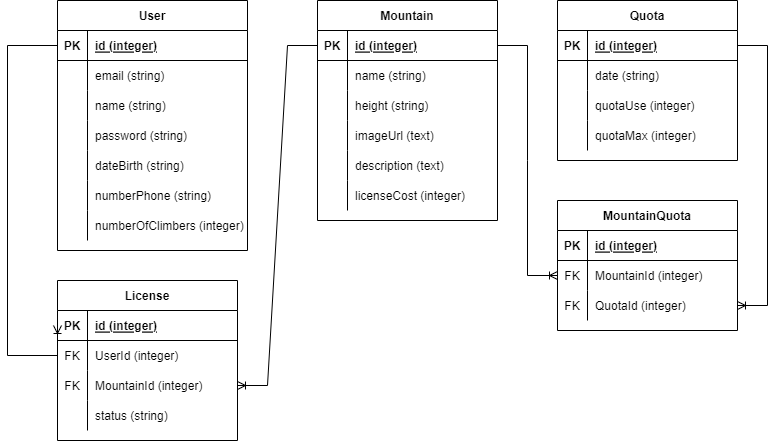
Earlier version of the draw.io export erd/ERD.png (rmt-24-xalapa-fox/p2-iproject-server). Source tidied: cells renumbered, new cells last; positions are measured from the earlier drawing's top-left corner, leaving out a move shared by most shapes.
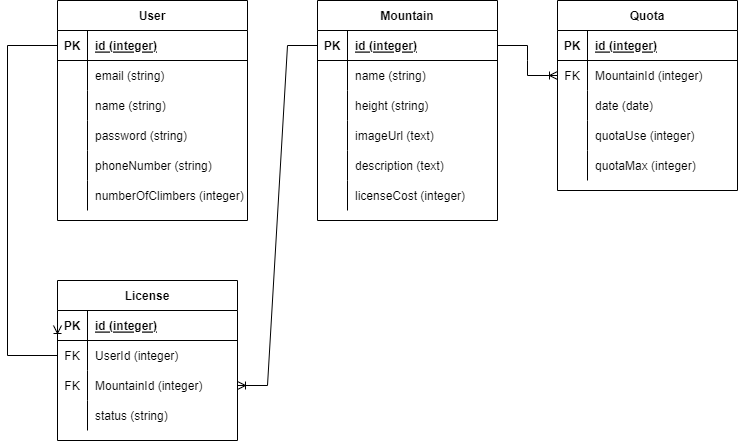
The same file after the commit.

Diff of the diagram source:
```diff
@@ -3,7 +3,7 @@
     <mxCell id="0" />
     <mxCell id="1" parent="0" />
     <mxCell id="2" value="User" style="shape=table;startSize=30;rowLines=0;fontStyle=1;align=center;" parent="1" vertex="1">
-      <mxGeometry x="50" width="190" height="250" as="geometry" />
+      <mxGeometry x="50" width="190" height="220" as="geometry" />
     </mxCell>
     <mxCell id="3" style="shape=tableRow;horizontal=0;startSize=0;swimlaneHead=0;swimlaneBody=0;fillColor=none;points=[[0,0.5],[1,0.5]];portConstraint=eastwest;top=0;left=0;right=0;bottom=1;" parent="2" vertex="1">
       <mxGeometry y="30" width="190" height="30" as="geometry" />
@@ -41,26 +41,17 @@
     <mxCell id="14" value="password (string)" style="shape=partialRectangle;fillColor=none;top=0;left=0;bottom=0;right=0;align=left;spacingLeft=6;overflow=hidden;" parent="12" vertex="1">
       <mxGeometry x="30" width="160" height="30" as="geometry" />
     </mxCell>
-    <mxCell id="15" style="shape=tableRow;horizontal=0;startSize=0;swimlaneHead=0;swimlaneBody=0;fillColor=none;top=0;left=0;right=0;bottom=0;" parent="2" vertex="1">
-      <mxGeometry y="150" width="190" height="30" as="geometry" />
-    </mxCell>
-    <mxCell id="16" style="shape=partialRectangle;fillColor=none;top=0;left=0;bottom=0;right=0;overflow=hidden;" parent="15" vertex="1">
-      <mxGeometry width="30" height="30" as="geometry" />
-    </mxCell>
-    <mxCell id="17" value="dateBirth (string)" style="shape=partialRectangle;fillColor=none;top=0;left=0;bottom=0;right=0;align=left;spacingLeft=6;overflow=hidden;" parent="15" vertex="1">
-      <mxGeometry x="30" width="160" height="30" as="geometry" />
-    </mxCell>
     <mxCell id="18" style="shape=tableRow;horizontal=0;startSize=0;swimlaneHead=0;swimlaneBody=0;fillColor=none;top=0;left=0;right=0;bottom=0;" parent="2" vertex="1">
-      <mxGeometry y="180" width="190" height="30" as="geometry" />
+      <mxGeometry y="150" width="190" height="30" as="geometry" />
     </mxCell>
     <mxCell id="19" style="shape=partialRectangle;fillColor=none;top=0;left=0;bottom=0;right=0;overflow=hidden;" parent="18" vertex="1">
       <mxGeometry width="30" height="30" as="geometry" />
     </mxCell>
-    <mxCell id="20" value="numberPhone (string)" style="shape=partialRectangle;fillColor=none;top=0;left=0;bottom=0;right=0;align=left;spacingLeft=6;overflow=hidden;" parent="18" vertex="1">
+    <mxCell id="20" value="phoneNumber (string)" style="shape=partialRectangle;fillColor=none;top=0;left=0;bottom=0;right=0;align=left;spacingLeft=6;overflow=hidden;" parent="18" vertex="1">
       <mxGeometry x="30" width="160" height="30" as="geometry" />
     </mxCell>
     <mxCell id="21" style="shape=tableRow;horizontal=0;startSize=0;swimlaneHead=0;swimlaneBody=0;fillColor=none;top=0;left=0;right=0;bottom=0;" parent="2" vertex="1">
-      <mxGeometry y="210" width="190" height="30" as="geometry" />
+      <mxGeometry y="180" width="190" height="30" as="geometry" />
     </mxCell>
     <mxCell id="22" style="shape=partialRectangle;fillColor=none;top=0;left=0;bottom=0;right=0;overflow=hidden;" parent="21" vertex="1">
       <mxGeometry width="30" height="30" as="geometry" />
@@ -165,7 +156,7 @@
       <mxGeometry x="30" width="150" height="30" as="geometry" />
     </mxCell>
     <mxCell id="56" value="Quota" style="shape=table;startSize=30;rowLines=0;fontStyle=1;align=center;" parent="1" vertex="1">
-      <mxGeometry x="550" width="180" height="160" as="geometry" />
+      <mxGeometry x="550" width="180" height="190" as="geometry" />
     </mxCell>
     <mxCell id="57" style="shape=tableRow;horizontal=0;startSize=0;swimlaneHead=0;swimlaneBody=0;fillColor=none;points=[[0,0.5],[1,0.5]];portConstraint=eastwest;top=0;left=0;right=0;bottom=1;" parent="56" vertex="1">
       <mxGeometry y="30" width="180" height="30" as="geometry" />
@@ -176,17 +167,26 @@
     <mxCell id="59" value="id (integer)" style="shape=partialRectangle;fillColor=none;top=0;left=0;bottom=0;right=0;align=left;spacingLeft=6;fontStyle=5;overflow=hidden;" parent="57" vertex="1">
       <mxGeometry x="30" width="150" height="30" as="geometry" />
     </mxCell>
+    <mxCell id="76" style="shape=tableRow;horizontal=0;startSize=0;swimlaneHead=0;swimlaneBody=0;fillColor=none;points=[[0,0.5],[1,0.5]];portConstraint=eastwest;top=0;left=0;right=0;bottom=0;" parent="56" vertex="1">
+      <mxGeometry y="60" width="180" height="30" as="geometry" />
+    </mxCell>
+    <mxCell id="83" value="FK" style="shape=partialRectangle;fillColor=none;top=0;left=0;bottom=0;right=0;fontStyle=0;overflow=hidden;" parent="76" vertex="1">
+      <mxGeometry width="30" height="30" as="geometry" />
+    </mxCell>
+    <mxCell id="78" value="MountainId (integer)" style="shape=partialRectangle;fillColor=none;top=0;left=0;bottom=0;right=0;align=left;spacingLeft=6;fontStyle=0;overflow=hidden;" parent="76" vertex="1">
+      <mxGeometry x="30" width="150" height="30" as="geometry" />
+    </mxCell>
     <mxCell id="60" style="shape=tableRow;horizontal=0;startSize=0;swimlaneHead=0;swimlaneBody=0;fillColor=none;top=0;left=0;right=0;bottom=0;" parent="56" vertex="1">
-      <mxGeometry y="60" width="180" height="30" as="geometry" />
+      <mxGeometry y="90" width="180" height="30" as="geometry" />
     </mxCell>
     <mxCell id="61" style="shape=partialRectangle;fillColor=none;top=0;left=0;bottom=0;right=0;overflow=hidden;" parent="60" vertex="1">
       <mxGeometry width="30" height="30" as="geometry" />
     </mxCell>
-    <mxCell id="62" value="date (string)" style="shape=partialRectangle;fillColor=none;top=0;left=0;bottom=0;right=0;align=left;spacingLeft=6;overflow=hidden;" parent="60" vertex="1">
+    <mxCell id="62" value="date (date)" style="shape=partialRectangle;fillColor=none;top=0;left=0;bottom=0;right=0;align=left;spacingLeft=6;overflow=hidden;" parent="60" vertex="1">
       <mxGeometry x="30" width="150" height="30" as="geometry" />
     </mxCell>
     <mxCell id="63" style="shape=tableRow;horizontal=0;startSize=0;swimlaneHead=0;swimlaneBody=0;fillColor=none;top=0;left=0;right=0;bottom=0;" parent="56" vertex="1">
-      <mxGeometry y="90" width="180" height="30" as="geometry" />
+      <mxGeometry y="120" width="180" height="30" as="geometry" />
     </mxCell>
     <mxCell id="64" style="shape=partialRectangle;fillColor=none;top=0;left=0;bottom=0;right=0;overflow=hidden;" parent="63" vertex="1">
       <mxGeometry width="30" height="30" as="geometry" />
@@ -195,7 +195,7 @@
       <mxGeometry x="30" width="150" height="30" as="geometry" />
     </mxCell>
     <mxCell id="66" style="shape=tableRow;horizontal=0;startSize=0;swimlaneHead=0;swimlaneBody=0;fillColor=none;top=0;left=0;right=0;bottom=0;" parent="56" vertex="1">
-      <mxGeometry y="120" width="180" height="30" as="geometry" />
+      <mxGeometry y="150" width="180" height="30" as="geometry" />
     </mxCell>
     <mxCell id="67" style="shape=partialRectangle;fillColor=none;top=0;left=0;bottom=0;right=0;overflow=hidden;" parent="66" vertex="1">
       <mxGeometry width="30" height="30" as="geometry" />
@@ -217,38 +217,5 @@
     <mxCell id="71" style="edgeStyle=entityRelationEdgeStyle;fontSize=12;html=1;endArrow=ERoneToMany;rounded=0;" parent="1" edge="1" source="25" target="76">
       <mxGeometry relative="1" as="geometry" />
     </mxCell>
-    <mxCell id="72" value="MountainQuota" style="shape=table;startSize=30;rowLines=0;fontStyle=1;align=center;" parent="1" vertex="1">
-      <mxGeometry x="550" y="200" width="180" height="130" as="geometry" />
-    </mxCell>
-    <mxCell id="73" style="shape=tableRow;horizontal=0;startSize=0;swimlaneHead=0;swimlaneBody=0;fillColor=none;top=0;left=0;right=0;bottom=1;" parent="72" vertex="1">
-      <mxGeometry y="30" width="180" height="30" as="geometry" />
-    </mxCell>
-    <mxCell id="74" value="PK" style="shape=partialRectangle;fillColor=none;top=0;left=0;bottom=0;right=0;fontStyle=1;overflow=hidden;" parent="73" vertex="1">
-      <mxGeometry width="30" height="30" as="geometry" />
-    </mxCell>
-    <mxCell id="75" value="id (integer)" style="shape=partialRectangle;fillColor=none;top=0;left=0;bottom=0;right=0;align=left;spacingLeft=6;fontStyle=5;overflow=hidden;" parent="73" vertex="1">
-      <mxGeometry x="30" width="150" height="30" as="geometry" />
-    </mxCell>
-    <mxCell id="76" style="shape=tableRow;horizontal=0;startSize=0;swimlaneHead=0;swimlaneBody=0;fillColor=none;points=[[0,0.5],[1,0.5]];portConstraint=eastwest;top=0;left=0;right=0;bottom=0;" parent="72" vertex="1">
-      <mxGeometry y="60" width="180" height="30" as="geometry" />
-    </mxCell>
-    <mxCell id="77" value="FK" style="shape=partialRectangle;fillColor=none;top=0;left=0;bottom=0;right=0;overflow=hidden;" parent="76" vertex="1">
-      <mxGeometry width="30" height="30" as="geometry" />
-    </mxCell>
-    <mxCell id="78" value="MountainId (integer)" style="shape=partialRectangle;fillColor=none;top=0;left=0;bottom=0;right=0;align=left;spacingLeft=6;overflow=hidden;" parent="76" vertex="1">
-      <mxGeometry x="30" width="150" height="30" as="geometry" />
-    </mxCell>
-    <mxCell id="79" style="shape=tableRow;horizontal=0;startSize=0;swimlaneHead=0;swimlaneBody=0;fillColor=none;points=[[0,0.5],[1,0.5]];portConstraint=eastwest;top=0;left=0;right=0;bottom=0;" parent="72" vertex="1">
-      <mxGeometry y="90" width="180" height="30" as="geometry" />
-    </mxCell>
-    <mxCell id="80" value="FK" style="shape=partialRectangle;fillColor=none;top=0;left=0;bottom=0;right=0;overflow=hidden;" parent="79" vertex="1">
-      <mxGeometry width="30" height="30" as="geometry" />
-    </mxCell>
-    <mxCell id="81" value="QuotaId (integer)" style="shape=partialRectangle;fillColor=none;top=0;left=0;bottom=0;right=0;align=left;spacingLeft=6;overflow=hidden;" parent="79" vertex="1">
-      <mxGeometry x="30" width="150" height="30" as="geometry" />
-    </mxCell>
-    <mxCell id="82" style="edgeStyle=entityRelationEdgeStyle;fontSize=12;html=1;endArrow=ERoneToMany;rounded=0;" parent="1" edge="1" source="57" target="79">
-      <mxGeometry relative="1" as="geometry" />
-    </mxCell>
   </root>
 </mxGraphModel>
```
